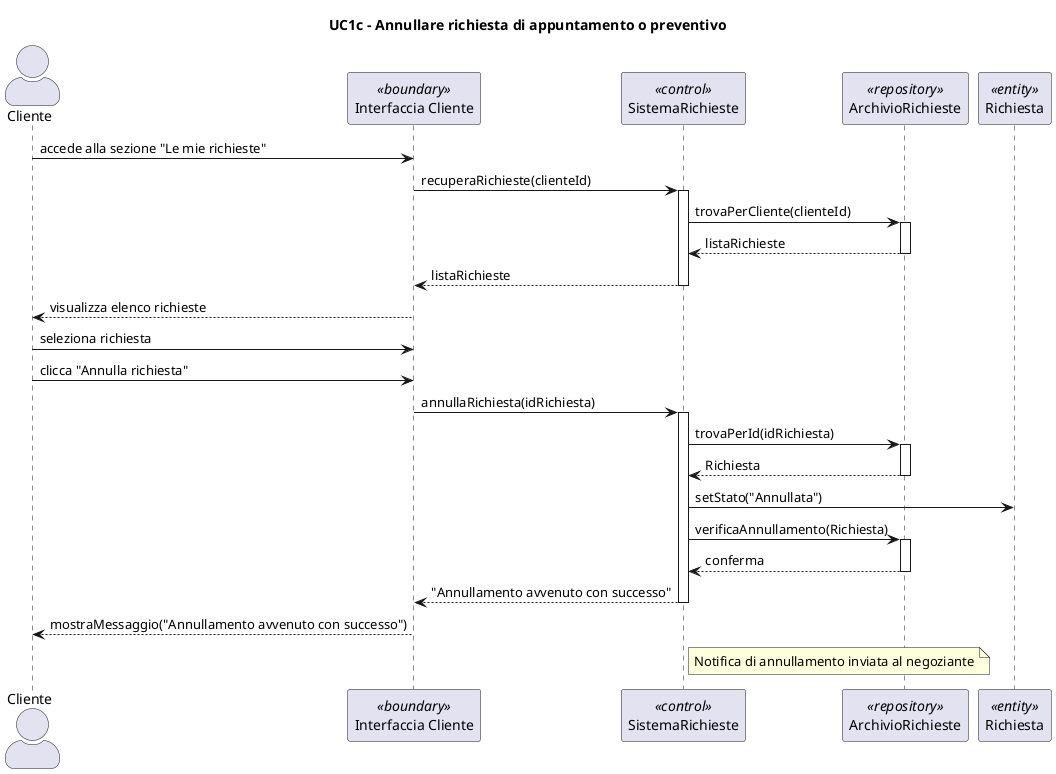
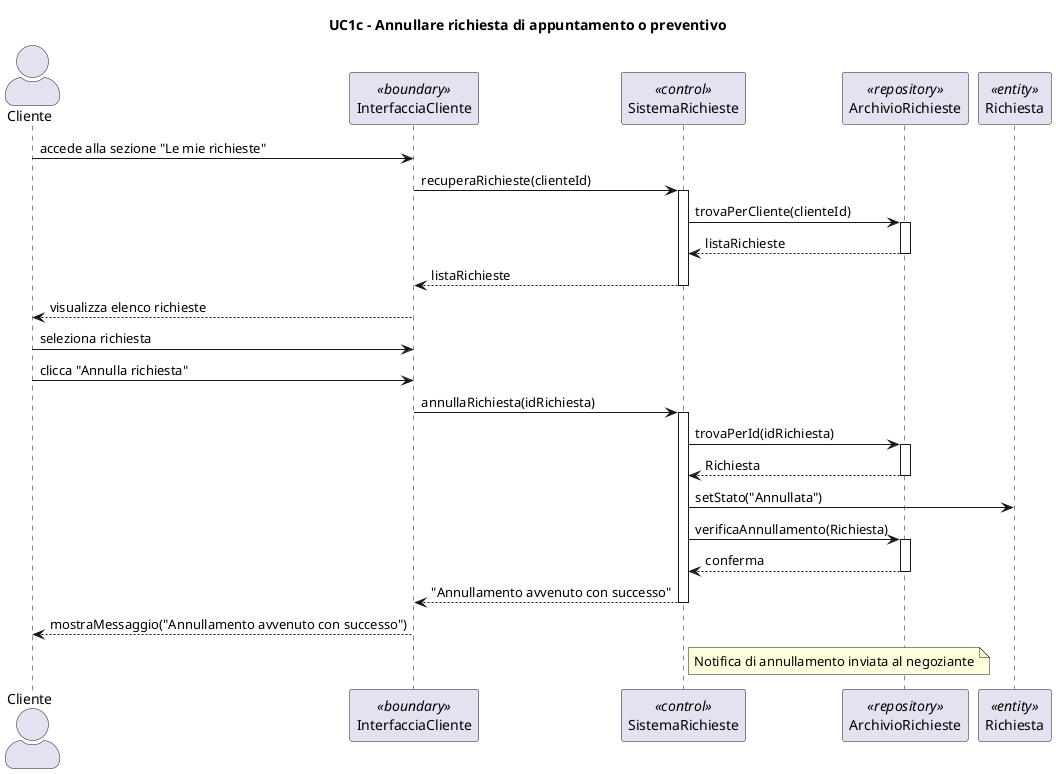
@startuml

skinparam actorStyle awesome
title UC1c - Annullare richiesta di appuntamento o preventivo

actor Cliente
- participant "Interfaccia Cliente" as UI <<boundary>>
+ participant "InterfacciaCliente" as UI <<boundary>>
participant "SistemaRichieste" as S <<control>>
participant "ArchivioRichieste" as Repo <<repository>>
participant "Richiesta" as R <<entity>>

Cliente -> UI : accede alla sezione "Le mie richieste"
UI -> S : recuperaRichieste(clienteId)
activate S

S -> Repo : trovaPerCliente(clienteId)
activate Repo
Repo --> S : listaRichieste
deactivate Repo

S --> UI : listaRichieste
deactivate S
UI --> Cliente : visualizza elenco richieste

Cliente -> UI : seleziona richiesta
Cliente -> UI : clicca "Annulla richiesta"
UI -> S : annullaRichiesta(idRichiesta)
activate S

S -> Repo : trovaPerId(idRichiesta)
activate Repo
Repo --> S : Richiesta
deactivate Repo

S -> R : setStato("Annullata")

S -> Repo : verificaAnnullamento(Richiesta)
activate Repo
Repo --> S : conferma
deactivate Repo

S --> UI : "Annullamento avvenuto con successo"
deactivate S

UI --> Cliente : mostraMessaggio("Annullamento avvenuto con successo")

note right of S
Notifica di annullamento inviata al negoziante
end note

@enduml
